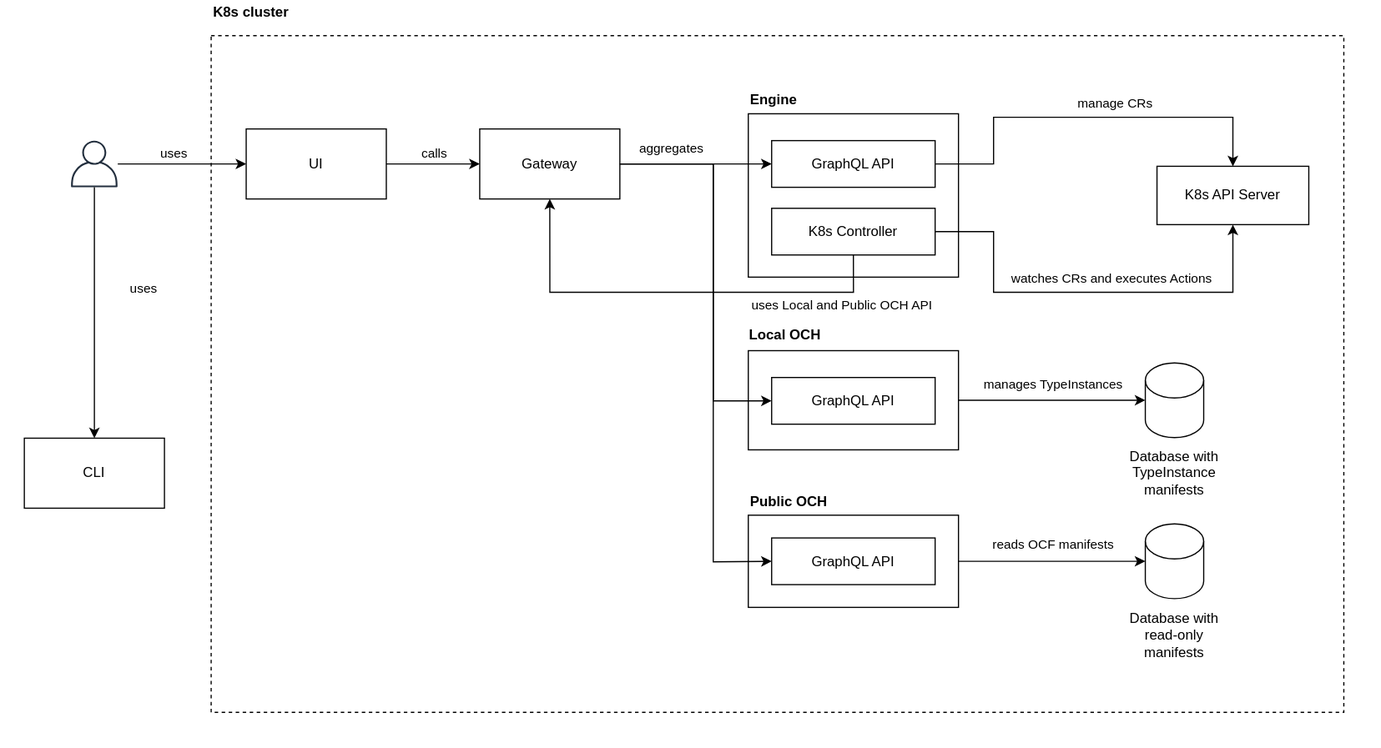
This is docs/assets/components.svg from capactio/capact, a draw.io export, as it was before one commit. Source tidied: cells renumbered, new cells last; positions are measured from the earlier drawing's top-left corner, leaving out a move shared by most shapes.
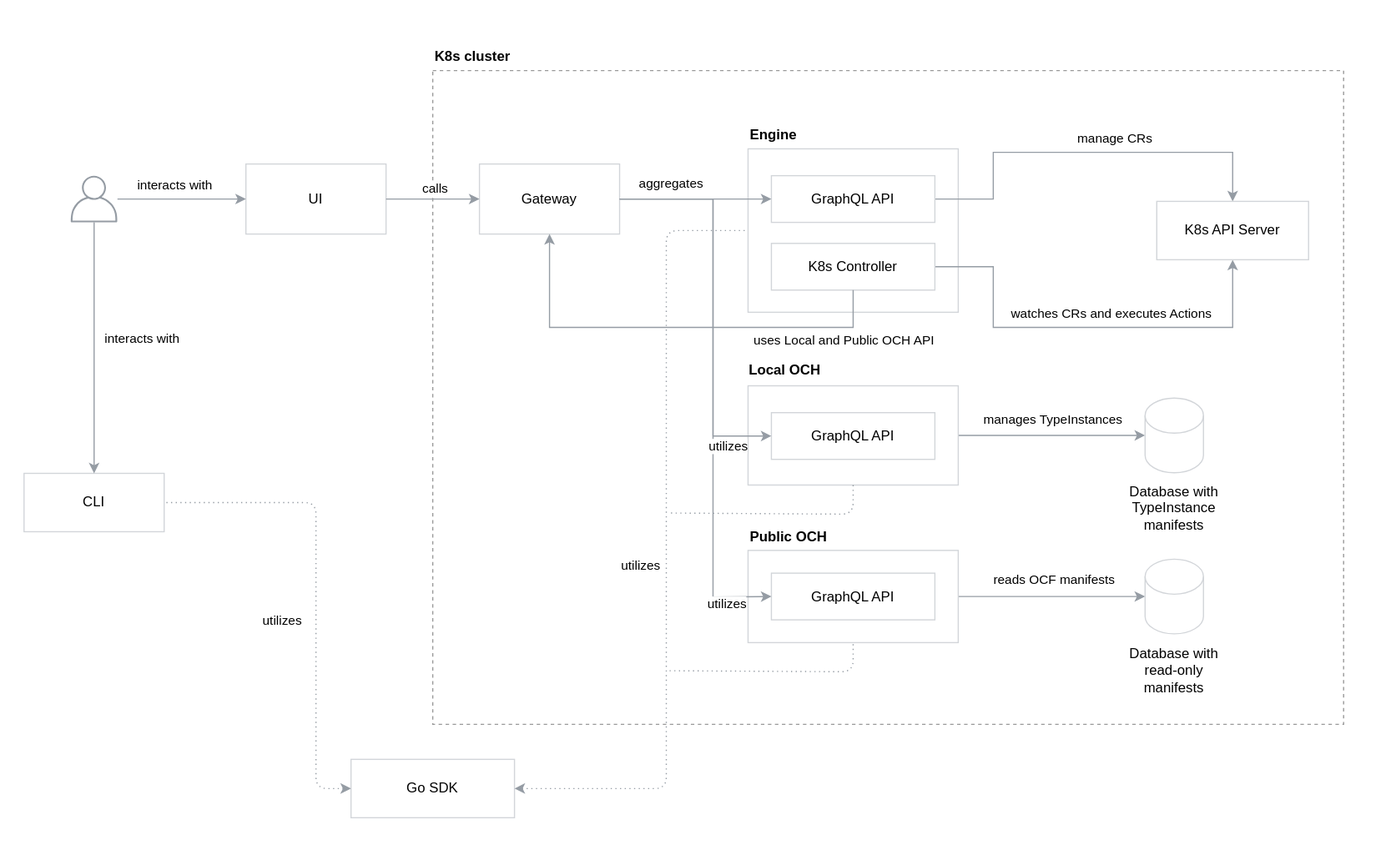
After the commit.

Commit message:
Describe CLI, Gateway and UI

Diff of the diagram source:
```diff
@@ -3,27 +3,27 @@
     <mxCell id="0" />
     <mxCell id="1" parent="0" />
     <mxCell id="2" style="rounded=0;whiteSpace=wrap;html=1;strokeColor=none;" parent="1" vertex="1">
-      <mxGeometry width="1180" height="640" as="geometry" />
+      <mxGeometry y="-30" width="1190" height="740" as="geometry" />
     </mxCell>
-    <mxCell id="3" style="rounded=0;whiteSpace=wrap;html=1;dashed=1;fillColor=none;" parent="1" vertex="1">
-      <mxGeometry x="180" y="30" width="970" height="580" as="geometry" />
+    <mxCell id="3" style="rounded=0;whiteSpace=wrap;html=1;dashed=1;fillColor=none;strokeColor=#999999;" parent="1" vertex="1">
+      <mxGeometry x="370" y="30" width="780" height="560" as="geometry" />
     </mxCell>
     <mxCell id="4" value="&lt;b&gt;Engine&lt;/b&gt;" style="text;html=1;strokeColor=none;fillColor=none;align=left;verticalAlign=middle;whiteSpace=wrap;rounded=0;" parent="1" vertex="1">
       <mxGeometry x="640" y="75" width="40" height="20" as="geometry" />
     </mxCell>
-    <mxCell id="5" value="UI" style="rounded=0;whiteSpace=wrap;html=1;" parent="1" vertex="1">
+    <mxCell id="5" value="UI" style="rounded=0;whiteSpace=wrap;html=1;strokeColor=#D2D5D9;" parent="1" vertex="1">
       <mxGeometry x="210" y="110" width="120" height="60" as="geometry" />
     </mxCell>
-    <mxCell id="6" value="CLI" style="rounded=0;whiteSpace=wrap;html=1;" parent="1" vertex="1">
-      <mxGeometry x="20" y="375" width="120" height="60" as="geometry" />
+    <mxCell id="6" value="CLI" style="rounded=0;whiteSpace=wrap;html=1;strokeColor=#D2D5D9;" parent="1" vertex="1">
+      <mxGeometry x="20" y="375" width="120" height="50" as="geometry" />
     </mxCell>
-    <mxCell id="7" style="rounded=0;whiteSpace=wrap;html=1;" parent="1" vertex="1">
+    <mxCell id="7" style="rounded=0;whiteSpace=wrap;html=1;strokeColor=#D2D5D9;" parent="1" vertex="1">
       <mxGeometry x="640" y="97" width="180" height="140" as="geometry" />
     </mxCell>
-    <mxCell id="8" value="Gateway" style="rounded=0;whiteSpace=wrap;html=1;" parent="1" vertex="1">
+    <mxCell id="8" value="Gateway" style="rounded=0;whiteSpace=wrap;html=1;strokeColor=#D2D5D9;" parent="1" vertex="1">
       <mxGeometry x="410" y="110" width="120" height="60" as="geometry" />
     </mxCell>
-    <mxCell id="9" style="endArrow=classic;html=1;exitX=1;exitY=0.5;exitDx=0;exitDy=0;entryX=0;entryY=0.5;entryDx=0;entryDy=0;" parent="1" edge="1" source="5" target="8">
+    <mxCell id="9" style="endArrow=classic;html=1;exitX=1;exitY=0.5;exitDx=0;exitDy=0;entryX=0;entryY=0.5;entryDx=0;entryDy=0;strokeColor=#959CA4;" parent="1" edge="1" source="5" target="8">
       <mxGeometry relative="1" as="geometry" />
     </mxCell>
     <mxCell id="10" value="calls" style="edgeLabel;html=1;align=center;verticalAlign=middle;" parent="9" vertex="1">
@@ -31,28 +31,28 @@
         <mxPoint x="23" y="-11" as="offset" />
       </mxGeometry>
     </mxCell>
-    <mxCell id="11" style="outlineConnect=0;fontColor=#232F3E;gradientColor=none;fillColor=#232F3E;strokeColor=none;dashed=0;verticalLabelPosition=bottom;verticalAlign=top;align=center;html=1;fontSize=12;fontStyle=0;shape=mxgraph.aws4.user;" parent="1" vertex="1">
+    <mxCell id="11" style="outlineConnect=0;fontColor=#232F3E;gradientColor=none;strokeColor=none;dashed=0;verticalLabelPosition=bottom;verticalAlign=top;align=center;html=1;fontSize=12;fontStyle=0;shape=mxgraph.aws4.user;fillColor=#959CA4;" parent="1" vertex="1">
       <mxGeometry x="60" y="120" width="40" height="40" as="geometry" />
     </mxCell>
-    <mxCell id="12" style="endArrow=classic;html=1;entryX=0;entryY=0.5;entryDx=0;entryDy=0;" parent="1" edge="1" target="5">
+    <mxCell id="12" style="endArrow=classic;html=1;entryX=0;entryY=0.5;entryDx=0;entryDy=0;strokeColor=#959CA4;" parent="1" edge="1" target="5">
       <mxGeometry relative="1" as="geometry">
         <mxPoint x="100" y="140" as="sourcePoint" />
       </mxGeometry>
     </mxCell>
-    <mxCell id="13" value="uses" style="edgeLabel;html=1;align=center;verticalAlign=middle;" parent="12" vertex="1">
+    <mxCell id="13" value="interacts with" style="edgeLabel;html=1;align=center;verticalAlign=middle;" parent="12" vertex="1">
       <mxGeometry x="-0.24" y="-2" relative="1" as="geometry">
-        <mxPoint x="6" y="-12" as="offset" />
+        <mxPoint x="6" y="-15" as="offset" />
       </mxGeometry>
     </mxCell>
-    <mxCell id="14" style="endArrow=classic;html=1;entryX=0.5;entryY=0;entryDx=0;entryDy=0;rounded=0;" parent="1" edge="1" source="11" target="6">
+    <mxCell id="14" style="endArrow=classic;html=1;entryX=0.5;entryY=0;entryDx=0;entryDy=0;rounded=0;strokeColor=#959CA4;" parent="1" edge="1" source="11" target="6">
       <mxGeometry relative="1" as="geometry" />
     </mxCell>
-    <mxCell id="15" value="uses" style="edgeLabel;html=1;align=center;verticalAlign=middle;" parent="14" vertex="1">
+    <mxCell id="15" value="interacts with" style="edgeLabel;html=1;align=center;verticalAlign=middle;" parent="14" vertex="1">
       <mxGeometry x="-0.04" y="-3" relative="1" as="geometry">
-        <mxPoint x="44" y="-16" as="offset" />
+        <mxPoint x="43" y="-3" as="offset" />
       </mxGeometry>
     </mxCell>
-    <mxCell id="16" style="edgeStyle=orthogonalEdgeStyle;rounded=0;jettySize=auto;html=1;exitX=1;exitY=0.5;exitDx=0;exitDy=0;entryX=0.5;entryY=0;entryDx=0;entryDy=0;" parent="1" edge="1" source="18" target="37">
+    <mxCell id="16" style="edgeStyle=orthogonalEdgeStyle;rounded=0;jettySize=auto;html=1;exitX=1;exitY=0.5;exitDx=0;exitDy=0;entryX=0.5;entryY=0;entryDx=0;entryDy=0;strokeColor=#959CA4;" parent="1" edge="1" source="18" target="37">
       <mxGeometry relative="1" as="geometry">
         <Array as="points">
           <mxPoint x="850" y="140" />
@@ -66,10 +66,10 @@
         <mxPoint x="75.3" y="-16" as="offset" />
       </mxGeometry>
     </mxCell>
-    <mxCell id="18" value="GraphQL API" style="rounded=0;whiteSpace=wrap;html=1;" parent="1" vertex="1">
+    <mxCell id="18" value="GraphQL API" style="rounded=0;whiteSpace=wrap;html=1;strokeColor=#D2D5D9;" parent="1" vertex="1">
       <mxGeometry x="660" y="120" width="140" height="40" as="geometry" />
     </mxCell>
-    <mxCell id="19" style="edgeStyle=orthogonalEdgeStyle;rounded=0;jettySize=auto;html=1;exitX=1;exitY=0.5;exitDx=0;exitDy=0;entryX=0.5;entryY=1;entryDx=0;entryDy=0;" parent="1" edge="1" source="21" target="37">
+    <mxCell id="19" style="edgeStyle=orthogonalEdgeStyle;rounded=0;jettySize=auto;html=1;exitX=1;exitY=0.5;exitDx=0;exitDy=0;entryX=0.5;entryY=1;entryDx=0;entryDy=0;strokeColor=#959CA4;" parent="1" edge="1" source="21" target="37">
       <mxGeometry relative="1" as="geometry">
         <Array as="points">
           <mxPoint x="850" y="198" />
@@ -83,22 +83,22 @@
         <mxPoint x="98.5" y="-11" as="offset" />
       </mxGeometry>
     </mxCell>
-    <mxCell id="21" value="K8s Controller" style="rounded=0;whiteSpace=wrap;html=1;" parent="1" vertex="1">
+    <mxCell id="21" value="K8s Controller" style="rounded=0;whiteSpace=wrap;html=1;strokeColor=#D2D5D9;" parent="1" vertex="1">
       <mxGeometry x="660" y="178" width="140" height="40" as="geometry" />
     </mxCell>
-    <mxCell id="22" style="edgeStyle=orthogonalEdgeStyle;rounded=0;jettySize=auto;html=1;exitX=1;exitY=0.5;exitDx=0;exitDy=0;entryX=0;entryY=0.5;entryDx=0;entryDy=0;entryPerimeter=0;" parent="1" edge="1" source="23" target="36">
+    <mxCell id="22" style="edgeStyle=orthogonalEdgeStyle;rounded=0;jettySize=auto;html=1;exitX=1;exitY=0.5;exitDx=0;exitDy=0;entryX=0;entryY=0.5;entryDx=0;entryDy=0;entryPerimeter=0;strokeColor=#959CA4;" parent="1" edge="1" source="23" target="36">
       <mxGeometry relative="1" as="geometry" />
     </mxCell>
-    <mxCell id="23" style="rounded=0;whiteSpace=wrap;html=1;" parent="1" vertex="1">
+    <mxCell id="23" style="rounded=0;whiteSpace=wrap;html=1;strokeColor=#D2D5D9;" parent="1" vertex="1">
       <mxGeometry x="640" y="300" width="180" height="85" as="geometry" />
     </mxCell>
     <mxCell id="24" value="&lt;b&gt;Local OCH&lt;/b&gt;" style="text;html=1;strokeColor=none;fillColor=none;align=left;verticalAlign=middle;whiteSpace=wrap;rounded=0;" parent="1" vertex="1">
       <mxGeometry x="639" y="277" width="70" height="20" as="geometry" />
     </mxCell>
-    <mxCell id="25" value="GraphQL API" style="rounded=0;whiteSpace=wrap;html=1;" parent="1" vertex="1">
+    <mxCell id="25" value="GraphQL API" style="rounded=0;whiteSpace=wrap;html=1;strokeColor=#D2D5D9;" parent="1" vertex="1">
       <mxGeometry x="660" y="323" width="140" height="40" as="geometry" />
     </mxCell>
-    <mxCell id="26" style="edgeStyle=orthogonalEdgeStyle;rounded=0;jettySize=auto;html=1;exitX=1;exitY=0.5;exitDx=0;exitDy=0;entryX=0;entryY=0.5;entryDx=0;entryDy=0;entryPerimeter=0;" parent="1" edge="1" source="28" target="35">
+    <mxCell id="26" style="edgeStyle=orthogonalEdgeStyle;rounded=0;jettySize=auto;html=1;exitX=1;exitY=0.5;exitDx=0;exitDy=0;entryX=0;entryY=0.5;entryDx=0;entryDy=0;entryPerimeter=0;strokeColor=#959CA4;" parent="1" edge="1" source="28" target="35">
       <mxGeometry relative="1" as="geometry" />
     </mxCell>
     <mxCell id="27" value="reads OCF manifests" style="edgeLabel;html=1;align=center;verticalAlign=middle;" parent="26" vertex="1">
@@ -106,23 +106,23 @@
         <mxPoint x="38.8" y="-10.5" as="offset" />
       </mxGeometry>
     </mxCell>
-    <mxCell id="28" style="rounded=0;whiteSpace=wrap;html=1;" parent="1" vertex="1">
+    <mxCell id="28" style="rounded=0;whiteSpace=wrap;html=1;strokeColor=#D2D5D9;" parent="1" vertex="1">
       <mxGeometry x="640" y="441" width="180" height="79" as="geometry" />
     </mxCell>
     <mxCell id="29" value="&lt;b&gt;Public OCH&lt;/b&gt;" style="text;html=1;strokeColor=none;fillColor=none;align=left;verticalAlign=middle;whiteSpace=wrap;rounded=0;" parent="1" vertex="1">
       <mxGeometry x="640" y="420" width="70" height="20" as="geometry" />
     </mxCell>
-    <mxCell id="30" value="GraphQL API" style="rounded=0;whiteSpace=wrap;html=1;" parent="1" vertex="1">
+    <mxCell id="30" value="GraphQL API" style="rounded=0;whiteSpace=wrap;html=1;strokeColor=#D2D5D9;" parent="1" vertex="1">
       <mxGeometry x="660" y="460.5" width="140" height="40" as="geometry" />
     </mxCell>
-    <mxCell id="31" style="endArrow=classic;html=1;exitX=1;exitY=0.5;exitDx=0;exitDy=0;entryX=0;entryY=0.5;entryDx=0;entryDy=0;rounded=0;" parent="1" edge="1" source="8" target="18">
+    <mxCell id="31" style="endArrow=classic;html=1;exitX=1;exitY=0.5;exitDx=0;exitDy=0;entryX=0;entryY=0.5;entryDx=0;entryDy=0;rounded=0;strokeColor=#959CA4;" parent="1" edge="1" source="8" target="18">
       <mxGeometry relative="1" as="geometry">
         <Array as="points">
           <mxPoint x="610" y="140" />
         </Array>
       </mxGeometry>
     </mxCell>
-    <mxCell id="32" style="endArrow=classic;html=1;exitX=1;exitY=0.5;exitDx=0;exitDy=0;entryX=0;entryY=0.5;entryDx=0;entryDy=0;rounded=0;" parent="1" edge="1" source="8" target="25">
+    <mxCell id="32" style="endArrow=classic;html=1;exitX=1;exitY=0.5;exitDx=0;exitDy=0;entryX=0;entryY=0.5;entryDx=0;entryDy=0;rounded=0;strokeColor=#959CA4;" parent="1" edge="1" source="8" target="25">
       <mxGeometry relative="1" as="geometry">
         <Array as="points">
           <mxPoint x="610" y="140" />
@@ -130,7 +130,7 @@
         </Array>
       </mxGeometry>
     </mxCell>
-    <mxCell id="33" style="endArrow=classic;html=1;exitX=1;exitY=0.5;exitDx=0;exitDy=0;entryX=0;entryY=0.5;entryDx=0;entryDy=0;rounded=0;" parent="1" edge="1" source="8" target="30">
+    <mxCell id="33" style="endArrow=classic;html=1;exitX=1;exitY=0.5;exitDx=0;exitDy=0;entryX=0;entryY=0.5;entryDx=0;entryDy=0;rounded=0;strokeColor=#959CA4;" parent="1" edge="1" source="8" target="30">
       <mxGeometry relative="1" as="geometry">
         <Array as="points">
           <mxPoint x="610" y="140" />
@@ -143,13 +143,13 @@
         <mxPoint x="-5" y="-13" as="offset" />
       </mxGeometry>
     </mxCell>
-    <mxCell id="35" style="shape=cylinder3;whiteSpace=wrap;html=1;boundedLbl=1;backgroundOutline=1;size=15;" parent="1" vertex="1">
+    <mxCell id="35" style="shape=cylinder3;whiteSpace=wrap;html=1;boundedLbl=1;backgroundOutline=1;size=15;strokeColor=#D2D5D9;" parent="1" vertex="1">
       <mxGeometry x="980" y="448.5" width="50" height="64" as="geometry" />
     </mxCell>
-    <mxCell id="36" style="shape=cylinder3;whiteSpace=wrap;html=1;boundedLbl=1;backgroundOutline=1;size=15;" parent="1" vertex="1">
+    <mxCell id="36" style="shape=cylinder3;whiteSpace=wrap;html=1;boundedLbl=1;backgroundOutline=1;size=15;strokeColor=#D2D5D9;" parent="1" vertex="1">
       <mxGeometry x="980" y="310.5" width="50" height="64" as="geometry" />
     </mxCell>
-    <mxCell id="37" value="K8s API Server" style="rounded=0;whiteSpace=wrap;html=1;" parent="1" vertex="1">
+    <mxCell id="37" value="K8s API Server" style="rounded=0;whiteSpace=wrap;html=1;strokeColor=#D2D5D9;" parent="1" vertex="1">
       <mxGeometry x="990" y="142" width="130" height="50" as="geometry" />
     </mxCell>
     <mxCell id="38" value="Database with read-only manifests" style="text;html=1;strokeColor=none;fillColor=none;align=center;verticalAlign=middle;whiteSpace=wrap;rounded=0;fontStyle=0;" parent="1" vertex="1">
@@ -158,7 +158,7 @@
     <mxCell id="39" value="manages TypeInstances" style="edgeLabel;html=1;align=center;verticalAlign=middle;" parent="1" vertex="1">
       <mxGeometry x="900" y="328" as="geometry" />
     </mxCell>
-    <mxCell id="40" style="edgeStyle=orthogonalEdgeStyle;rounded=0;jettySize=auto;html=1;exitX=0.5;exitY=1;exitDx=0;exitDy=0;entryX=0.5;entryY=1;entryDx=0;entryDy=0;" parent="1" edge="1" source="21" target="8">
+    <mxCell id="40" style="edgeStyle=orthogonalEdgeStyle;rounded=0;jettySize=auto;html=1;exitX=0.5;exitY=1;exitDx=0;exitDy=0;entryX=0.5;entryY=1;entryDx=0;entryDy=0;strokeColor=#959CA4;" parent="1" edge="1" source="21" target="8">
       <mxGeometry relative="1" as="geometry">
         <Array as="points">
           <mxPoint x="730" y="250" />
@@ -175,7 +175,61 @@
       <mxGeometry x="965" y="385" width="80" height="40" as="geometry" />
     </mxCell>
     <mxCell id="43" value="&lt;b&gt;K8s cluster&lt;/b&gt;" style="text;html=1;strokeColor=none;fillColor=none;align=left;verticalAlign=middle;whiteSpace=wrap;rounded=0;" parent="1" vertex="1">
-      <mxGeometry x="180" width="120" height="20" as="geometry" />
+      <mxGeometry x="370" y="8" width="120" height="20" as="geometry" />
     </mxCell>
+    <mxCell id="44" value="Go SDK" style="rounded=0;whiteSpace=wrap;html=1;strokeColor=#D2D5D9;" parent="1" vertex="1">
+      <mxGeometry x="300" y="620" width="140" height="50" as="geometry" />
+    </mxCell>
+    <mxCell id="45" style="endArrow=none;dashed=1;html=1;dashPattern=1 3;strokeWidth=1;exitX=0;exitY=0.5;exitDx=0;exitDy=0;strokeColor=#959CA4;startArrow=classic;startFill=1;entryX=1;entryY=0.5;entryDx=0;entryDy=0;" parent="1" edge="1" source="44" target="6">
+      <mxGeometry relative="1" as="geometry">
+        <Array as="points">
+          <mxPoint x="270" y="645" />
+          <mxPoint x="270" y="400" />
+        </Array>
+      </mxGeometry>
+    </mxCell>
+    <mxCell id="46" value="utilizes" style="edgeLabel;html=1;align=center;verticalAlign=middle;" parent="45" vertex="1">
+      <mxGeometry x="-0.22" y="1" relative="1" as="geometry">
+        <mxPoint x="-29" y="-17.5" as="offset" />
+      </mxGeometry>
+    </mxCell>
+    <mxCell id="47" style="endArrow=none;dashed=1;html=1;dashPattern=1 3;strokeWidth=1;exitX=1;exitY=0.5;exitDx=0;exitDy=0;strokeColor=#959CA4;startArrow=classic;startFill=1;entryX=0;entryY=0.5;entryDx=0;entryDy=0;" parent="1" edge="1" source="44" target="7">
+      <mxGeometry relative="1" as="geometry">
+        <Array as="points">
+          <mxPoint x="570" y="645" />
+          <mxPoint x="570" y="167" />
+        </Array>
+      </mxGeometry>
+    </mxCell>
+    <mxCell id="48" value="utilizes" style="edgeLabel;html=1;align=center;verticalAlign=middle;" parent="47" vertex="1">
+      <mxGeometry x="-0.22" y="1" relative="1" as="geometry">
+        <mxPoint x="-21.9" y="-57.5" as="offset" />
+      </mxGeometry>
+    </mxCell>
+    <mxCell id="49" style="endArrow=none;dashed=1;html=1;dashPattern=1 3;strokeWidth=1;strokeColor=#959CA4;startArrow=none;startFill=0;entryX=0.5;entryY=1;entryDx=0;entryDy=0;" parent="1" edge="1" target="23">
+      <mxGeometry relative="1" as="geometry">
+        <mxPoint x="574" y="409" as="sourcePoint" />
+        <Array as="points">
+          <mxPoint x="730" y="410" />
+        </Array>
+      </mxGeometry>
+    </mxCell>
+    <mxCell id="50" value="utilizes" style="edgeLabel;html=1;align=center;verticalAlign=middle;" parent="49" vertex="1">
+      <mxGeometry x="-0.22" y="1" relative="1" as="geometry">
+        <mxPoint x="-21.9" y="-57.5" as="offset" />
+      </mxGeometry>
+    </mxCell>
+    <mxCell id="51" style="endArrow=none;dashed=1;html=1;dashPattern=1 3;strokeWidth=1;strokeColor=#959CA4;startArrow=none;startFill=0;entryX=0.5;entryY=1;entryDx=0;entryDy=0;exitX=0.26;exitY=0.918;exitDx=0;exitDy=0;exitPerimeter=0;" parent="1" edge="1" source="3" target="28">
+      <mxGeometry relative="1" as="geometry">
+        <Array as="points">
+          <mxPoint x="730" y="545" />
+        </Array>
+      </mxGeometry>
+    </mxCell>
+    <mxCell id="52" value="utilizes" style="edgeLabel;html=1;align=center;verticalAlign=middle;" parent="51" vertex="1">
+      <mxGeometry x="-0.22" y="1" relative="1" as="geometry">
+        <mxPoint x="-21.9" y="-57.5" as="offset" />
+      </mxGeometry>
+    </mxCell>
   </root>
 </mxGraphModel>
```
